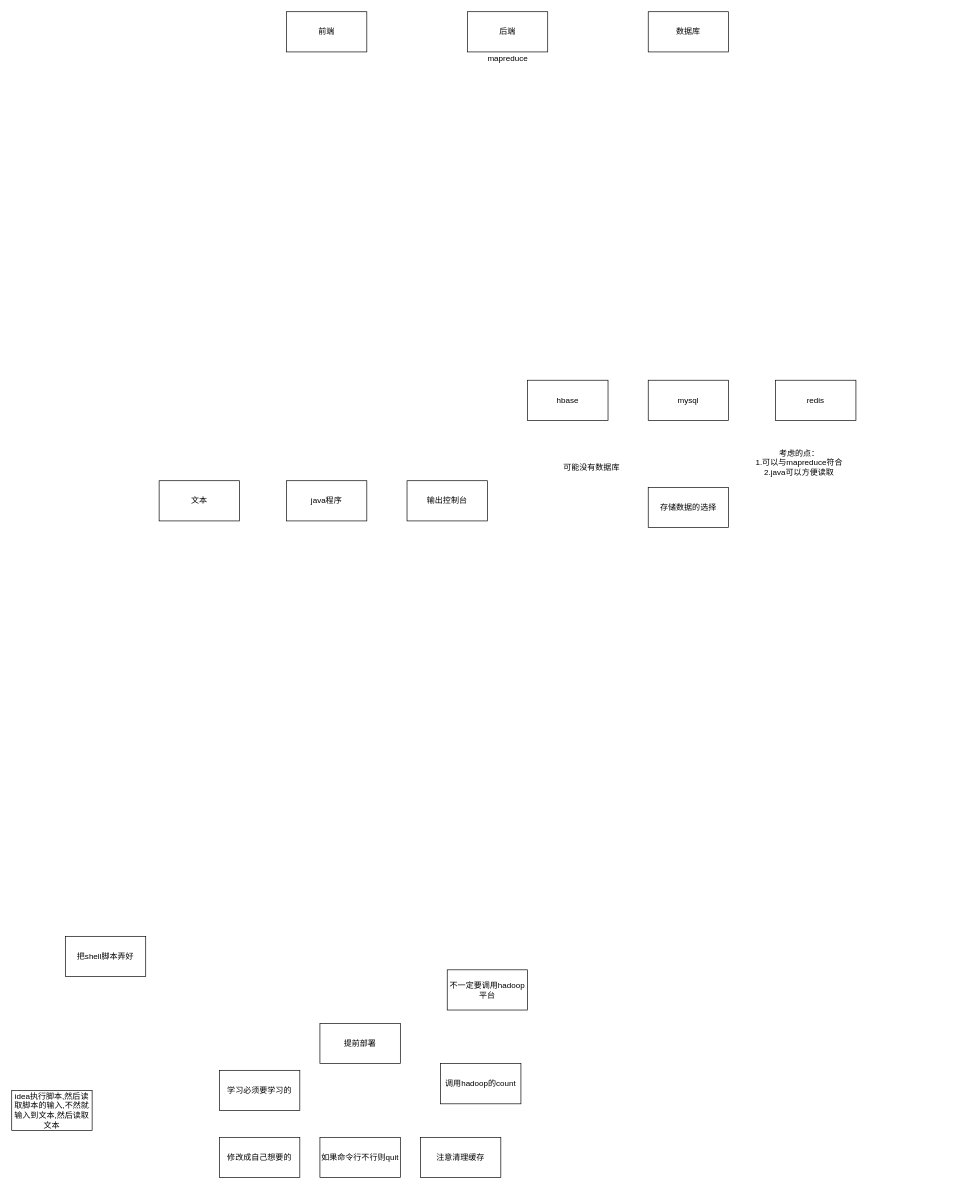
Before: bigdata/road.drawio in Canwaiting/note, a draw.io diagram. Source tidied: cells renumbered, new cells numbered last; positions are measured from the earlier drawing's top-left corner, leaving out a move shared by most shapes. Both pictures are drawn from the tidied source at 67%, with x=0, y=0 at pixel (11, 11).
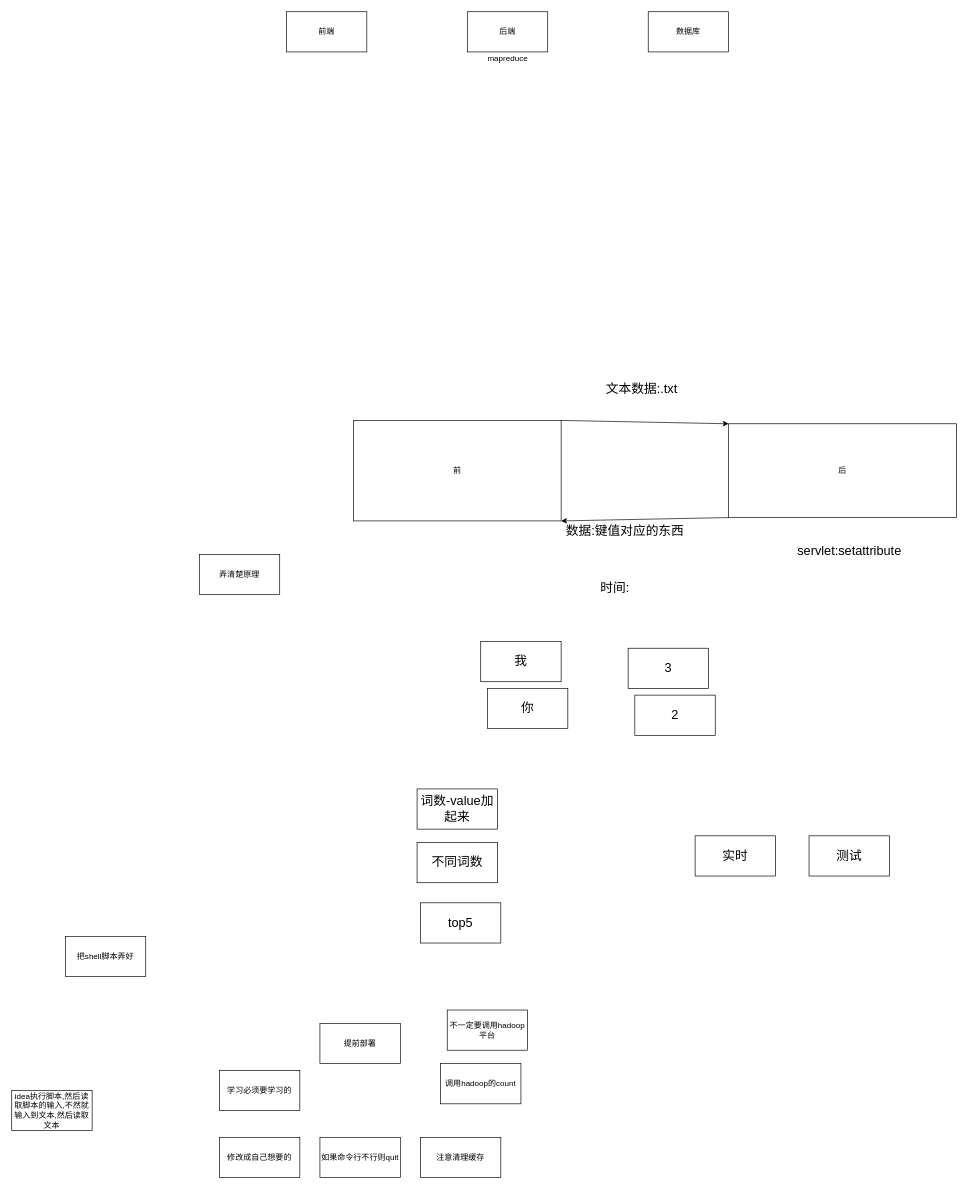
The same diagram, later.

Diff of the diagram source:
```diff
@@
-    <mxCell id="2" value="存储数据的选择" style="whiteSpace=wrap;html=1;" parent="1" vertex="1">
-      <mxGeometry x="950" y="710" width="120" height="60" as="geometry" />
-    </mxCell>
@@
-    <mxCell id="6" value="hbase" style="whiteSpace=wrap;html=1;" parent="1" vertex="1">
-      <mxGeometry x="770" y="550" width="120" height="60" as="geometry" />
+    <mxCell id="6" value="弄清楚原理" style="whiteSpace=wrap;html=1;" parent="1" vertex="1">
+      <mxGeometry x="280" y="810" width="120" height="60" as="geometry" />
     </mxCell>
@@
-    <mxCell id="8" value="redis" style="whiteSpace=wrap;html=1;" parent="1" vertex="1">
-      <mxGeometry x="1140" y="550" width="120" height="60" as="geometry" />
-    </mxCell>
-    <mxCell id="9" value="mysql" style="whiteSpace=wrap;html=1;" parent="1" vertex="1">
-      <mxGeometry x="950" y="550" width="120" height="60" as="geometry" />
-    </mxCell>
-    <mxCell id="10" value="&lt;font color=&quot;#000000&quot;&gt;考虑的点：&lt;br&gt;1.可以与mapreduce符合&lt;br&gt;2.java可以方便读取&lt;br&gt;&amp;nbsp;&lt;br&gt;&lt;/font&gt;" style="text;html=1;align=center;verticalAlign=middle;strokeColor=none;" parent="1" vertex="1">
-      <mxGeometry x="1100" y="650" width="150" height="60" as="geometry" />
-    </mxCell>
-    <mxCell id="11" value="&lt;font color=&quot;#000000&quot;&gt;可能没有数据库&lt;br&gt;&lt;/font&gt;" style="text;html=1;align=center;verticalAlign=middle;strokeColor=none;" parent="1" vertex="1">
-      <mxGeometry x="815" y="670" width="100" height="20" as="geometry" />
-    </mxCell>
-    <mxCell id="12" value="java程序" style="whiteSpace=wrap;html=1;" parent="1" vertex="1">
-      <mxGeometry x="410" y="700" width="120" height="60" as="geometry" />
-    </mxCell>
-    <mxCell id="13" value="文本" style="whiteSpace=wrap;html=1;" parent="1" vertex="1">
-      <mxGeometry x="220" y="700" width="120" height="60" as="geometry" />
-    </mxCell>
-    <mxCell id="14" value="输出控制台" style="whiteSpace=wrap;html=1;" parent="1" vertex="1">
-      <mxGeometry x="590" y="700" width="120" height="60" as="geometry" />
-    </mxCell>
@@
     <mxCell id="21" value="不一定要调用hadoop平台" style="whiteSpace=wrap;html=1;" parent="1" vertex="1">
-      <mxGeometry x="650" y="1430" width="120" height="60" as="geometry" />
+      <mxGeometry x="650" y="1490" width="120" height="60" as="geometry" />
     </mxCell>
@@
+    <mxCell id="24" style="edgeStyle=none;html=1;exitX=1;exitY=0;exitDx=0;exitDy=0;entryX=0;entryY=0;entryDx=0;entryDy=0;strokeColor=#000000;" parent="1" edge="1" source="25" target="27">
+      <mxGeometry relative="1" as="geometry" />
+    </mxCell>
+    <mxCell id="25" value="前" style="whiteSpace=wrap;html=1;" parent="1" vertex="1">
+      <mxGeometry x="510" y="610" width="310" height="150" as="geometry" />
+    </mxCell>
+    <mxCell id="26" style="edgeStyle=none;html=1;exitX=0;exitY=1;exitDx=0;exitDy=0;entryX=1;entryY=1;entryDx=0;entryDy=0;strokeColor=#000000;" parent="1" edge="1" source="27" target="25">
+      <mxGeometry relative="1" as="geometry" />
+    </mxCell>
+    <mxCell id="27" value="后" style="whiteSpace=wrap;html=1;" parent="1" vertex="1">
+      <mxGeometry x="1070" y="615" width="340" height="140" as="geometry" />
+    </mxCell>
+    <mxCell id="28" value="&lt;font color=&quot;#000000&quot;&gt;文本数据:.txt&lt;br&gt;&lt;br&gt;&lt;/font&gt;" style="text;html=1;align=center;verticalAlign=middle;strokeColor=none;fontSize=19;" parent="1" vertex="1">
+      <mxGeometry x="880" y="550" width="120" height="50" as="geometry" />
+    </mxCell>
+    <mxCell id="29" value="&lt;font color=&quot;#000000&quot;&gt;数据:键值对应的东西&lt;br&gt;&lt;/font&gt;" style="text;html=1;align=center;verticalAlign=middle;strokeColor=none;fontSize=19;" parent="1" vertex="1">
+      <mxGeometry x="820" y="760" width="190" height="30" as="geometry" />
+    </mxCell>
+    <mxCell id="30" value="&lt;font color=&quot;#000000&quot;&gt;servlet:setattribute&lt;br&gt;&lt;/font&gt;" style="text;html=1;align=center;verticalAlign=middle;strokeColor=none;fontSize=19;" parent="1" vertex="1">
+      <mxGeometry x="1160" y="790" width="180" height="30" as="geometry" />
+    </mxCell>
+    <mxCell id="31" value="&lt;font color=&quot;#000000&quot;&gt;时间:&lt;br&gt;&lt;/font&gt;" style="text;html=1;align=center;verticalAlign=middle;strokeColor=none;fontSize=19;" parent="1" vertex="1">
+      <mxGeometry x="870" y="845" width="60" height="30" as="geometry" />
+    </mxCell>
+    <mxCell id="32" value="词数-value加起来" style="whiteSpace=wrap;html=1;fontSize=19;" parent="1" vertex="1">
+      <mxGeometry x="605" y="1160" width="120" height="60" as="geometry" />
+    </mxCell>
+    <mxCell id="33" value="不同词数" style="whiteSpace=wrap;html=1;fontSize=19;" parent="1" vertex="1">
+      <mxGeometry x="605" y="1240" width="120" height="60" as="geometry" />
+    </mxCell>
+    <mxCell id="34" value="我" style="whiteSpace=wrap;html=1;fontSize=19;" parent="1" vertex="1">
+      <mxGeometry x="700" y="940" width="120" height="60" as="geometry" />
+    </mxCell>
+    <mxCell id="35" value="3" style="whiteSpace=wrap;html=1;fontSize=19;" parent="1" vertex="1">
+      <mxGeometry x="920" y="950" width="120" height="60" as="geometry" />
+    </mxCell>
+    <mxCell id="36" value="你" style="whiteSpace=wrap;html=1;fontSize=19;" parent="1" vertex="1">
+      <mxGeometry x="710" y="1010" width="120" height="60" as="geometry" />
+    </mxCell>
+    <mxCell id="37" value="2" style="whiteSpace=wrap;html=1;fontSize=19;" parent="1" vertex="1">
+      <mxGeometry x="930" y="1020" width="120" height="60" as="geometry" />
+    </mxCell>
+    <mxCell id="38" value="实时" style="whiteSpace=wrap;html=1;fontSize=19;" parent="1" vertex="1">
+      <mxGeometry x="1020" y="1230" width="120" height="60" as="geometry" />
+    </mxCell>
+    <mxCell id="39" value="测试" style="whiteSpace=wrap;html=1;fontSize=19;" parent="1" vertex="1">
+      <mxGeometry x="1190" y="1230" width="120" height="60" as="geometry" />
+    </mxCell>
+    <mxCell id="40" value="top5" style="whiteSpace=wrap;html=1;fontSize=19;" parent="1" vertex="1">
+      <mxGeometry x="610" y="1330" width="120" height="60" as="geometry" />
+    </mxCell>
```
